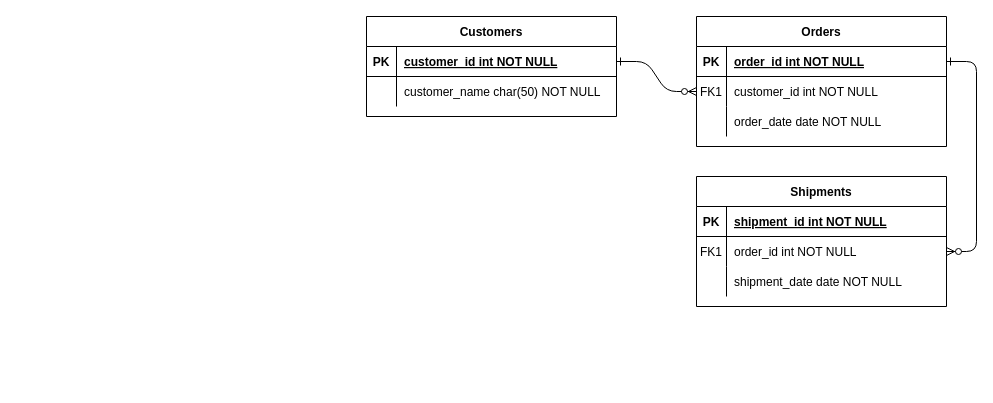
Before: Domain/Producers/Producers.drawio in davyd0ff/so-line-grls, a draw.io diagram. Source tidied: cells renumbered, new cells numbered last; positions are measured from the earlier drawing's top-left corner, leaving out a move shared by most shapes. Both pictures are drawn from the tidied source at 100%, with x=0, y=0 at pixel (366, 16).
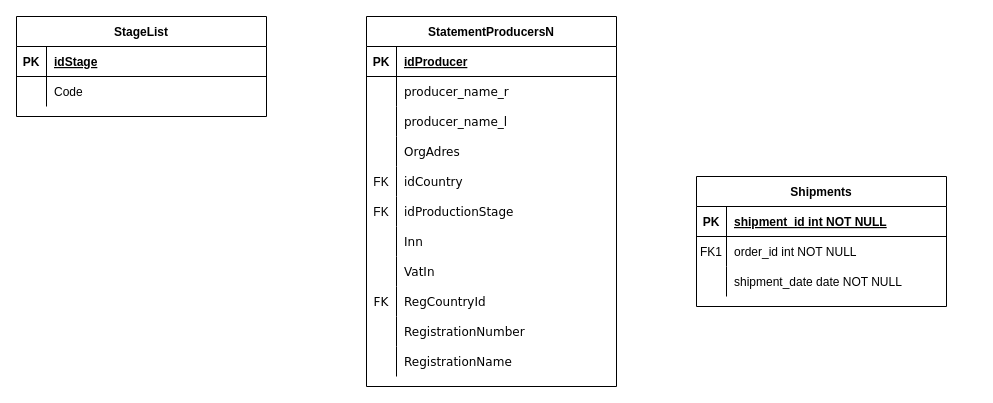
The same diagram, later.

Unchanged cells that the change refers to:
```xml
<mxCell id="5" style="shape=partialRectangle;fillColor=none;points=[[0,0.5],[1,0.5]];portConstraint=eastwest;top=0;left=0;right=0;bottom=1;" parent="4" vertex="1">
  <mxGeometry y="30" width="250" height="30" as="geometry" />
</mxCell>
<mxCell id="18" style="shape=partialRectangle;fillColor=none;points=[[0,0.5],[1,0.5]];portConstraint=eastwest;top=0;left=0;right=0;bottom=0;" parent="14" vertex="1">
  <mxGeometry y="60" width="250" height="30" as="geometry" />
</mxCell>
<mxCell id="25" style="shape=partialRectangle;fillColor=none;points=[[0,0.5],[1,0.5]];portConstraint=eastwest;top=0;left=0;right=0;bottom=1;" parent="24" vertex="1">
  <mxGeometry y="30" width="250" height="30" as="geometry" />
</mxCell>
<mxCell id="28" style="shape=partialRectangle;fillColor=none;top=0;left=0;right=0;bottom=0;" parent="24" vertex="1">
  <mxGeometry y="60" width="250" height="30" as="geometry" />
</mxCell>
```

Diff of the diagram source:
```diff
@@
-    <mxCell id="2" style="edgeStyle=entityRelationEdgeStyle;endArrow=ERzeroToMany;startArrow=ERone;endFill=1;startFill=0;" parent="1" edge="1" source="25" target="8">
-      <mxGeometry relative="1" as="geometry" />
-    </mxCell>
-    <mxCell id="3" style="edgeStyle=entityRelationEdgeStyle;endArrow=ERzeroToMany;startArrow=ERone;endFill=1;startFill=0;" parent="1" edge="1" source="5" target="18">
-      <mxGeometry relative="1" as="geometry" />
-    </mxCell>
-    <mxCell id="4" value="Orders" style="shape=table;startSize=30;childLayout=tableLayout;rowLines=0;fontStyle=1;align=center;" parent="1" vertex="1">
-      <mxGeometry x="330" width="250" height="130" as="geometry" />
+    <mxCell id="4" value="StageList" style="shape=table;startSize=30;childLayout=tableLayout;rowLines=0;fontStyle=1;align=center;" parent="1" vertex="1">
+      <mxGeometry x="-350" width="250" height="100" as="geometry" />
     </mxCell>
@@
-    <mxCell id="7" value="order_id int NOT NULL " style="shape=partialRectangle;overflow=hidden;fillColor=none;top=0;left=0;bottom=0;right=0;align=left;spacingLeft=6;fontStyle=5;" parent="5" vertex="1">
+    <mxCell id="7" value="idStage" style="shape=partialRectangle;overflow=hidden;fillColor=none;top=0;left=0;bottom=0;right=0;align=left;spacingLeft=6;fontStyle=5;" parent="5" vertex="1">
       <mxGeometry x="30" width="220" height="30" as="geometry" />
     </mxCell>
-    <mxCell id="8" style="shape=partialRectangle;fillColor=none;points=[[0,0.5],[1,0.5]];portConstraint=eastwest;top=0;left=0;right=0;bottom=0;" parent="4" vertex="1">
-      <mxGeometry y="60" width="250" height="30" as="geometry" />
-    </mxCell>
-    <mxCell id="9" value="FK1" style="shape=partialRectangle;overflow=hidden;fillColor=none;top=0;left=0;bottom=0;right=0;" parent="8" vertex="1">
-      <mxGeometry width="30" height="30" as="geometry" />
-    </mxCell>
-    <mxCell id="10" value="customer_id int NOT NULL" style="shape=partialRectangle;overflow=hidden;fillColor=none;top=0;left=0;bottom=0;right=0;align=left;spacingLeft=6;" parent="8" vertex="1">
-      <mxGeometry x="30" width="220" height="30" as="geometry" />
-    </mxCell>
     <mxCell id="11" style="shape=partialRectangle;fillColor=none;top=0;left=0;right=0;bottom=0;" parent="4" vertex="1">
-      <mxGeometry y="90" width="250" height="30" as="geometry" />
+      <mxGeometry y="60" width="250" height="30" as="geometry" />
     </mxCell>
@@
-    <mxCell id="13" value="order_date date NOT NULL" style="shape=partialRectangle;overflow=hidden;fillColor=none;top=0;left=0;bottom=0;right=0;align=left;spacingLeft=6;" parent="11" vertex="1">
+    <mxCell id="13" value="Code" style="shape=partialRectangle;overflow=hidden;fillColor=none;top=0;left=0;bottom=0;right=0;align=left;spacingLeft=6;" parent="11" vertex="1">
       <mxGeometry x="30" width="220" height="30" as="geometry" />
     </mxCell>
@@
-    <mxCell id="24" value="Customers" style="shape=table;startSize=30;childLayout=tableLayout;rowLines=0;fontStyle=1;align=center;" parent="1" vertex="1">
-      <mxGeometry width="250" height="100" as="geometry" />
+    <mxCell id="24" value="StatementProducersN" style="shape=table;startSize=30;childLayout=tableLayout;rowLines=0;fontStyle=1;align=center;" parent="1" vertex="1">
+      <mxGeometry width="250" height="370" as="geometry" />
     </mxCell>
@@
-    <mxCell id="27" value="customer_id int NOT NULL " style="shape=partialRectangle;overflow=hidden;fillColor=none;top=0;left=0;bottom=0;right=0;align=left;spacingLeft=6;fontStyle=5;" parent="25" vertex="1">
+    <mxCell id="27" value="idProducer" style="shape=partialRectangle;overflow=hidden;fillColor=none;top=0;left=0;bottom=0;right=0;align=left;spacingLeft=6;fontStyle=5;" parent="25" vertex="1">
       <mxGeometry x="30" width="220" height="30" as="geometry" />
     </mxCell>
@@
-    <mxCell id="30" value="customer_name char(50) NOT NULL" style="shape=partialRectangle;overflow=hidden;fillColor=none;top=0;left=0;bottom=0;right=0;align=left;spacingLeft=6;" parent="28" vertex="1">
+    <mxCell id="30" value="producer_name_r" style="shape=partialRectangle;overflow=hidden;fillColor=none;top=0;left=0;bottom=0;right=0;align=left;spacingLeft=6;fontFamily=Verdana;" parent="28" vertex="1">
       <mxGeometry x="30" width="220" height="30" as="geometry" />
     </mxCell>
+    <mxCell id="31" style="shape=tableRow;horizontal=0;startSize=0;swimlaneHead=0;swimlaneBody=0;fillColor=none;top=0;left=0;right=0;bottom=0;" parent="24" vertex="1">
+      <mxGeometry y="90" width="250" height="30" as="geometry" />
+    </mxCell>
+    <mxCell id="32" style="shape=partialRectangle;fillColor=none;top=0;left=0;bottom=0;right=0;overflow=hidden;" parent="31" vertex="1">
+      <mxGeometry width="30" height="30" as="geometry" />
+    </mxCell>
+    <mxCell id="33" value="producer_name_l" style="shape=partialRectangle;fillColor=none;top=0;left=0;bottom=0;right=0;align=left;spacingLeft=6;overflow=hidden;fontFamily=Verdana;" parent="31" vertex="1">
+      <mxGeometry x="30" width="220" height="30" as="geometry" />
+    </mxCell>
+    <mxCell id="34" style="shape=tableRow;horizontal=0;startSize=0;swimlaneHead=0;swimlaneBody=0;fillColor=none;top=0;left=0;right=0;bottom=0;" parent="24" vertex="1">
+      <mxGeometry y="120" width="250" height="30" as="geometry" />
+    </mxCell>
+    <mxCell id="35" style="shape=partialRectangle;fillColor=none;top=0;left=0;bottom=0;right=0;overflow=hidden;" parent="34" vertex="1">
+      <mxGeometry width="30" height="30" as="geometry" />
+    </mxCell>
+    <mxCell id="36" value="OrgAdres" style="shape=partialRectangle;fillColor=none;top=0;left=0;bottom=0;right=0;align=left;spacingLeft=6;overflow=hidden;fontFamily=Verdana;" parent="34" vertex="1">
+      <mxGeometry x="30" width="220" height="30" as="geometry" />
+    </mxCell>
+    <mxCell id="37" style="shape=tableRow;horizontal=0;startSize=0;swimlaneHead=0;swimlaneBody=0;fillColor=none;top=0;left=0;right=0;bottom=0;" parent="24" vertex="1">
+      <mxGeometry y="150" width="250" height="30" as="geometry" />
+    </mxCell>
+    <mxCell id="38" value="FK" style="shape=partialRectangle;fillColor=none;top=0;left=0;bottom=0;right=0;overflow=hidden;" parent="37" vertex="1">
+      <mxGeometry width="30" height="30" as="geometry" />
+    </mxCell>
+    <mxCell id="39" value="idCountry" style="shape=partialRectangle;fillColor=none;top=0;left=0;bottom=0;right=0;align=left;spacingLeft=6;overflow=hidden;fontFamily=Verdana;" parent="37" vertex="1">
+      <mxGeometry x="30" width="220" height="30" as="geometry" />
+    </mxCell>
+    <mxCell id="40" style="shape=tableRow;horizontal=0;startSize=0;swimlaneHead=0;swimlaneBody=0;fillColor=none;top=0;left=0;right=0;bottom=0;" parent="24" vertex="1">
+      <mxGeometry y="180" width="250" height="30" as="geometry" />
+    </mxCell>
+    <mxCell id="41" value="FK" style="shape=partialRectangle;fillColor=none;top=0;left=0;bottom=0;right=0;overflow=hidden;" parent="40" vertex="1">
+      <mxGeometry width="30" height="30" as="geometry" />
+    </mxCell>
+    <mxCell id="42" value="idProductionStage" style="shape=partialRectangle;fillColor=none;top=0;left=0;bottom=0;right=0;align=left;spacingLeft=6;overflow=hidden;fontFamily=Verdana;" parent="40" vertex="1">
+      <mxGeometry x="30" width="220" height="30" as="geometry" />
+    </mxCell>
+    <mxCell id="43" style="shape=tableRow;horizontal=0;startSize=0;swimlaneHead=0;swimlaneBody=0;fillColor=none;top=0;left=0;right=0;bottom=0;fontColor=#B3B3B3;strokeColor=#000000;" parent="24" vertex="1">
+      <mxGeometry y="210" width="250" height="30" as="geometry" />
+    </mxCell>
+    <mxCell id="44" style="shape=partialRectangle;fillColor=none;top=0;left=0;bottom=0;right=0;overflow=hidden;fontColor=#B3B3B3;" parent="43" vertex="1">
+      <mxGeometry width="30" height="30" as="geometry" />
+    </mxCell>
+    <mxCell id="45" value="Inn" style="shape=partialRectangle;fillColor=none;top=0;left=0;bottom=0;right=0;align=left;spacingLeft=6;overflow=hidden;fontColor=#000000;fontFamily=Verdana;" parent="43" vertex="1">
+      <mxGeometry x="30" width="220" height="30" as="geometry" />
+    </mxCell>
+    <mxCell id="46" style="shape=tableRow;horizontal=0;startSize=0;swimlaneHead=0;swimlaneBody=0;fillColor=none;top=0;left=0;right=0;bottom=0;fontColor=#B3B3B3;" parent="24" vertex="1">
+      <mxGeometry y="240" width="250" height="30" as="geometry" />
+    </mxCell>
+    <mxCell id="47" style="shape=partialRectangle;fillColor=none;top=0;left=0;bottom=0;right=0;overflow=hidden;fontColor=#B3B3B3;" parent="46" vertex="1">
+      <mxGeometry width="30" height="30" as="geometry" />
+    </mxCell>
+    <mxCell id="48" value="VatIn" style="shape=partialRectangle;fillColor=none;top=0;left=0;bottom=0;right=0;align=left;spacingLeft=6;overflow=hidden;fontColor=#000000;fontFamily=Verdana;" parent="46" vertex="1">
+      <mxGeometry x="30" width="220" height="30" as="geometry" />
+    </mxCell>
+    <mxCell id="49" style="shape=tableRow;horizontal=0;startSize=0;swimlaneHead=0;swimlaneBody=0;fillColor=none;top=0;left=0;right=0;bottom=0;strokeColor=#000000;fontFamily=Verdana;fontColor=#000000;" parent="24" vertex="1">
+      <mxGeometry y="270" width="250" height="30" as="geometry" />
+    </mxCell>
+    <mxCell id="50" value="FK" style="shape=partialRectangle;fillColor=none;top=0;left=0;bottom=0;right=0;overflow=hidden;strokeColor=#000000;fontFamily=Verdana;fontColor=#000000;" parent="49" vertex="1">
+      <mxGeometry width="30" height="30" as="geometry" />
+    </mxCell>
+    <mxCell id="51" value="RegCountryId" style="shape=partialRectangle;fillColor=none;top=0;left=0;bottom=0;right=0;align=left;spacingLeft=6;overflow=hidden;strokeColor=#000000;fontFamily=Verdana;fontColor=#000000;" parent="49" vertex="1">
+      <mxGeometry x="30" width="220" height="30" as="geometry" />
+    </mxCell>
+    <mxCell id="52" style="shape=tableRow;horizontal=0;startSize=0;swimlaneHead=0;swimlaneBody=0;fillColor=none;top=0;left=0;right=0;bottom=0;strokeColor=#000000;fontFamily=Verdana;fontColor=#000000;" parent="24" vertex="1">
+      <mxGeometry y="300" width="250" height="30" as="geometry" />
+    </mxCell>
+    <mxCell id="53" style="shape=partialRectangle;fillColor=none;top=0;left=0;bottom=0;right=0;overflow=hidden;strokeColor=#000000;fontFamily=Verdana;fontColor=#000000;" parent="52" vertex="1">
+      <mxGeometry width="30" height="30" as="geometry" />
+    </mxCell>
+    <mxCell id="54" value="RegistrationNumber" style="shape=partialRectangle;fillColor=none;top=0;left=0;bottom=0;right=0;align=left;spacingLeft=6;overflow=hidden;strokeColor=#000000;fontFamily=Verdana;fontColor=#000000;" parent="52" vertex="1">
+      <mxGeometry x="30" width="220" height="30" as="geometry" />
+    </mxCell>
+    <mxCell id="55" style="shape=tableRow;horizontal=0;startSize=0;swimlaneHead=0;swimlaneBody=0;fillColor=none;top=0;left=0;right=0;bottom=0;strokeColor=#000000;fontFamily=Verdana;fontColor=#000000;" parent="24" vertex="1">
+      <mxGeometry y="330" width="250" height="30" as="geometry" />
+    </mxCell>
+    <mxCell id="56" style="shape=partialRectangle;fillColor=none;top=0;left=0;bottom=0;right=0;overflow=hidden;strokeColor=#000000;fontFamily=Verdana;fontColor=#000000;" parent="55" vertex="1">
+      <mxGeometry width="30" height="30" as="geometry" />
+    </mxCell>
+    <mxCell id="57" value="RegistrationName" style="shape=partialRectangle;fillColor=none;top=0;left=0;bottom=0;right=0;align=left;spacingLeft=6;overflow=hidden;strokeColor=#000000;fontFamily=Verdana;fontColor=#000000;" parent="55" vertex="1">
+      <mxGeometry x="30" width="220" height="30" as="geometry" />
+    </mxCell>
```
